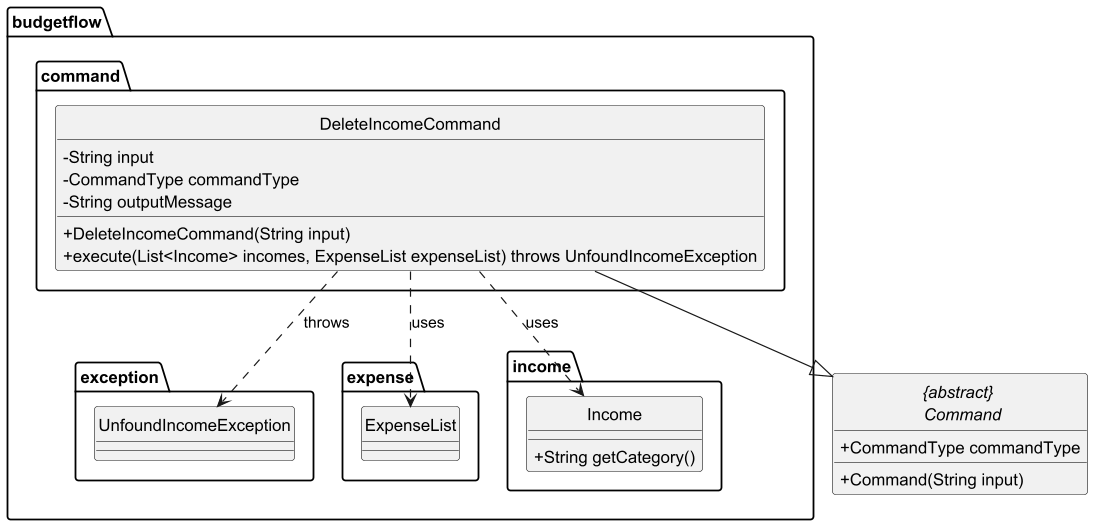
Before: docs/diagrams/DeleteIncomeCommandClass.png, a diagram exported from PlantUML (thienkimtranhoang/tp). The source it was exported from:
```plantuml
@startuml

hide circle
skinparam classAttributeIconSize 0

package budgetflow.command {
    class DeleteIncomeCommand {
        - String input
        - CommandType commandType
        - String outputMessage
        + DeleteIncomeCommand(String input)
        + execute(List<Income> incomes, ExpenseList expenseList) throws UnfoundIncomeException
    }
}

package budgetflow.exception {
    class UnfoundIncomeException
}

package budgetflow.expense {
    class ExpenseList
}

package budgetflow.income {
    class Income {
        + String getCategory()
    }
}

abstract class "{abstract} \n Command" {
    + Command(String input)
    + CommandType commandType
}

DeleteIncomeCommand --|> "{abstract} \n Command"
DeleteIncomeCommand ..> UnfoundIncomeException : throws
DeleteIncomeCommand ..> Income : uses
DeleteIncomeCommand ..> ExpenseList : uses

@enduml
```
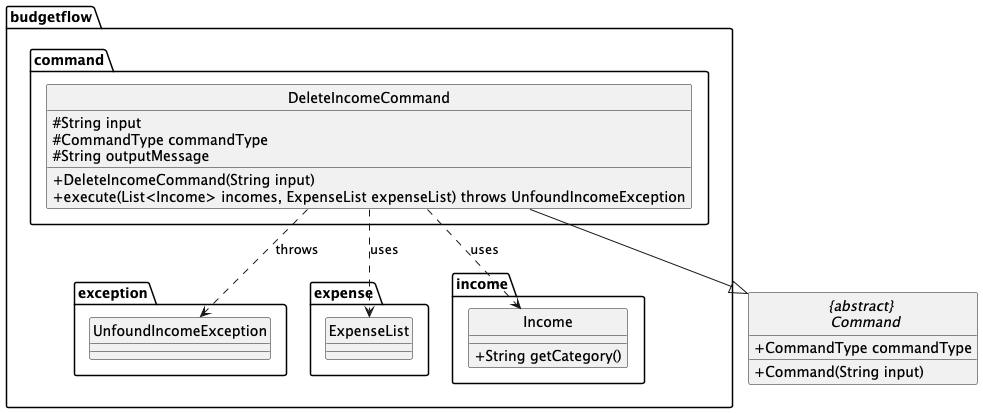
After the commit.

Commit message:
change some signs from private to protected

The edit, as a diff of the source:
```diff
@@ -5,9 +5,9 @@
 
 package budgetflow.command {
     class DeleteIncomeCommand {
-        - String input
-        - CommandType commandType
-        - String outputMessage
+        # String input
+        # CommandType commandType
+        # String outputMessage
         + DeleteIncomeCommand(String input)
         + execute(List<Income> incomes, ExpenseList expenseList) throws UnfoundIncomeException
     }
```
